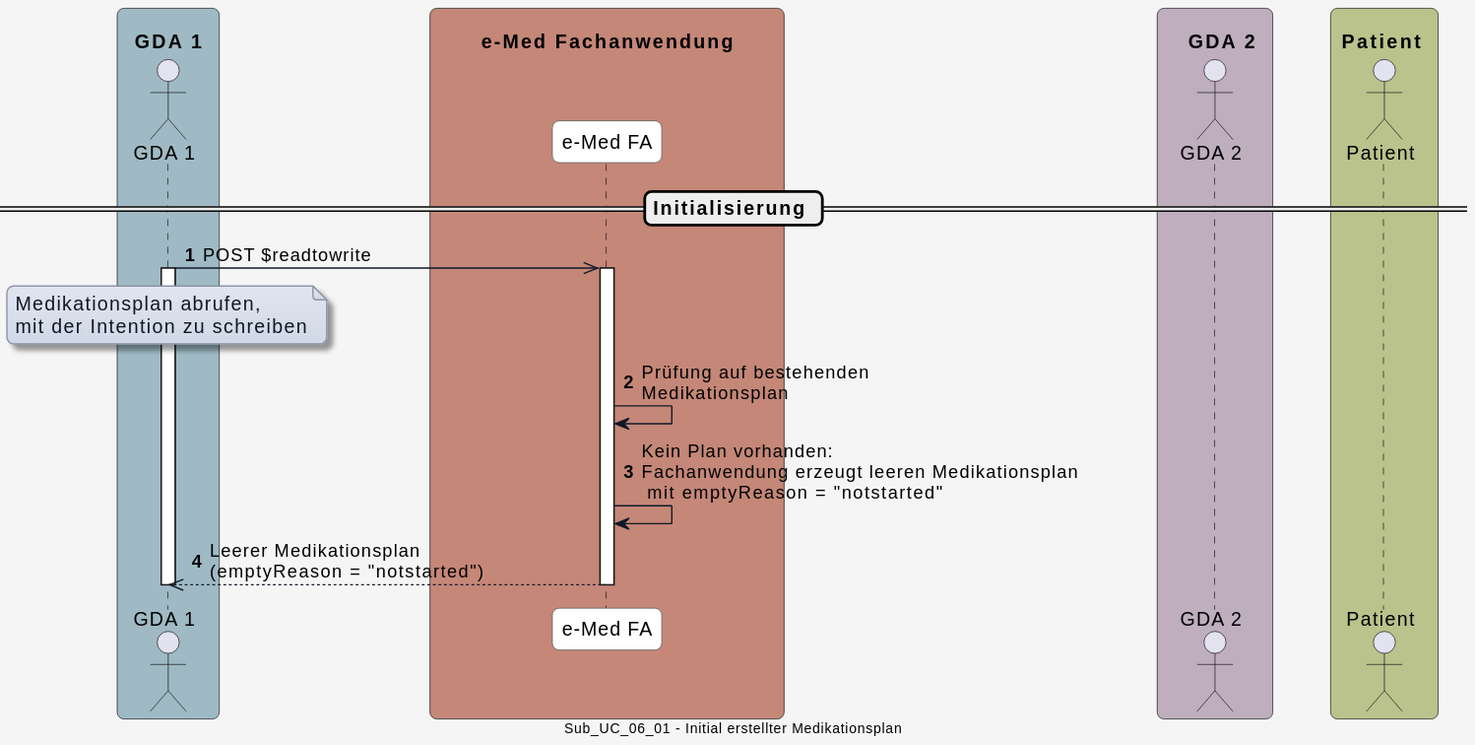
HL7Austria/hl7austria.github.io keeps this PlantUML diagram as r4-ELGA-e-Medikation-main/plantuml/UC_eMed_06_01.svg. Above is the earlier version.
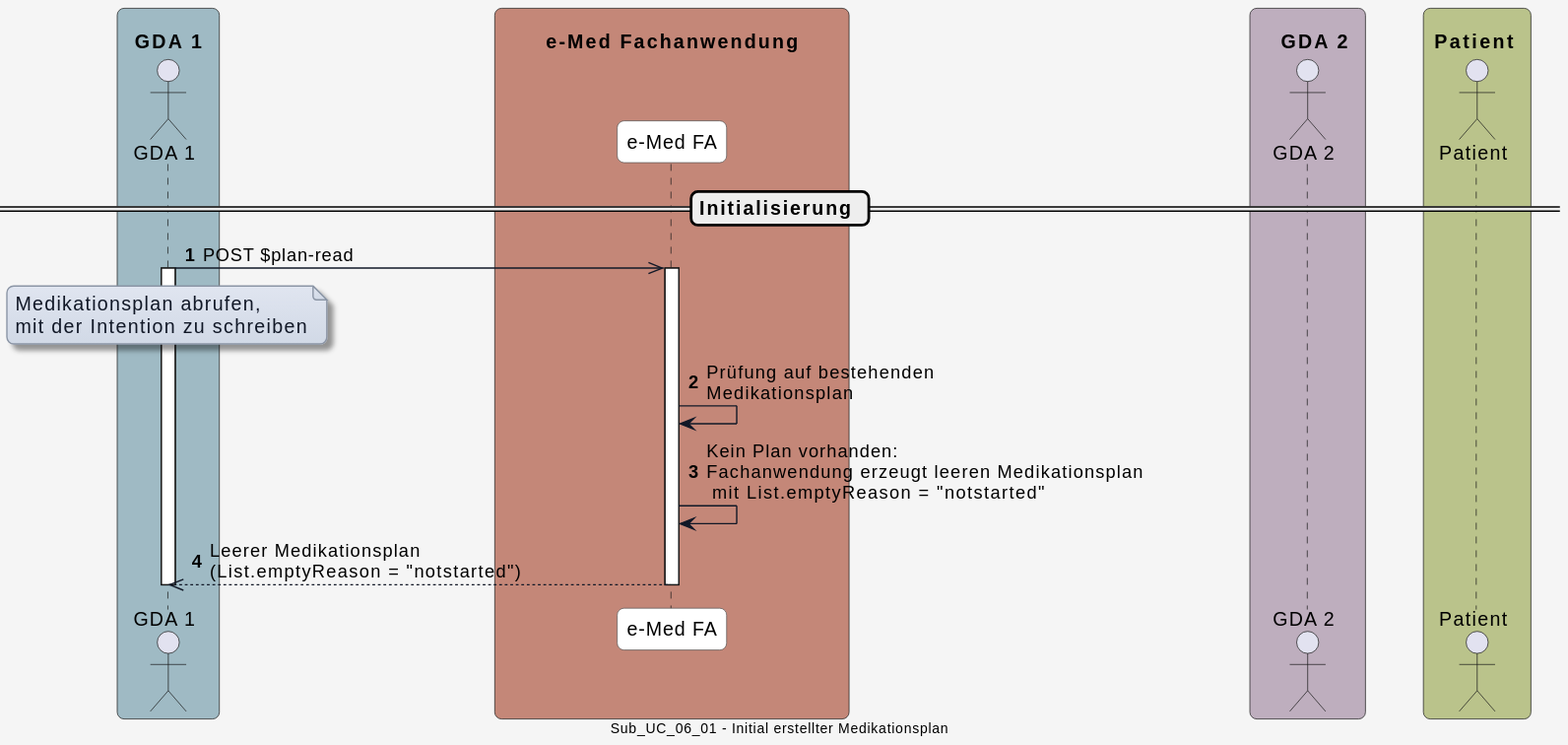
After the commit.

Change to the diagram source:
```diff
@@ -59,7 +59,7 @@
 
 == Initialisierung ==
 
-GDA_1 ->> eMed_FA: POST $readtowrite
+GDA_1 ->> eMed_FA: POST $plan-read
 activate GDA_1
 
 note over GDA_1
@@ -70,8 +70,8 @@
 activate eMed_FA
 eMed_FA -> eMed_FA: Prüfung auf bestehenden\nMedikationsplan
 
-eMed_FA -> eMed_FA: Kein Plan vorhanden:\nFachanwendung erzeugt leeren Medikationsplan\n mit emptyReason = "notstarted"
-eMed_FA -->> GDA_1: Leerer Medikationsplan\n(emptyReason = "notstarted")
+eMed_FA -> eMed_FA: Kein Plan vorhanden:\nFachanwendung erzeugt leeren Medikationsplan\n mit List.emptyReason = "notstarted"
+eMed_FA -->> GDA_1: Leerer Medikationsplan\n(List.emptyReason = "notstarted")
 
 deactivate eMed_FA
 deactivate GDA_1
```
